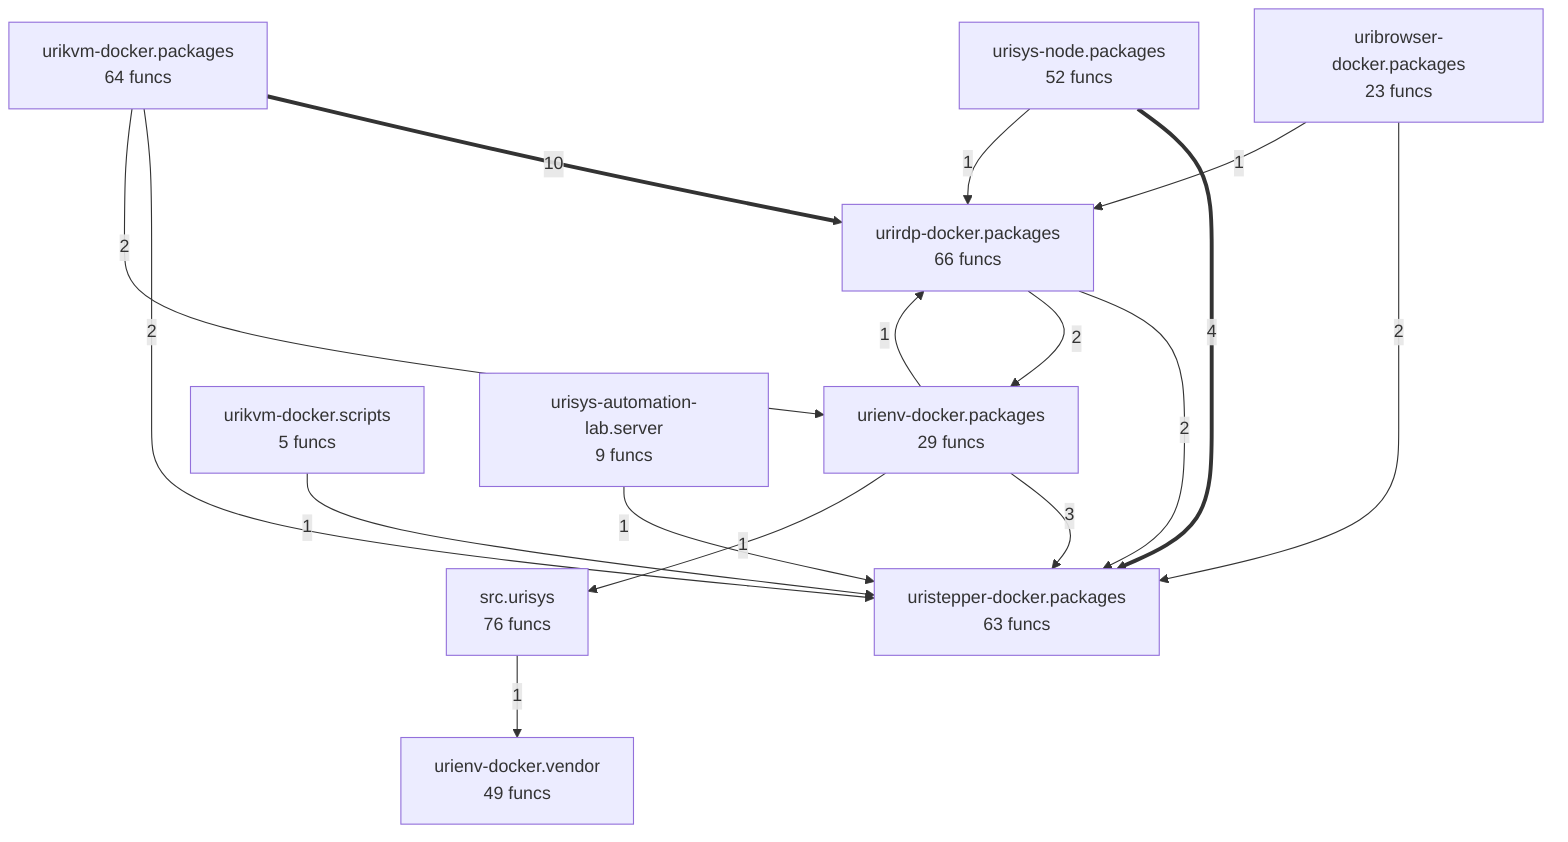
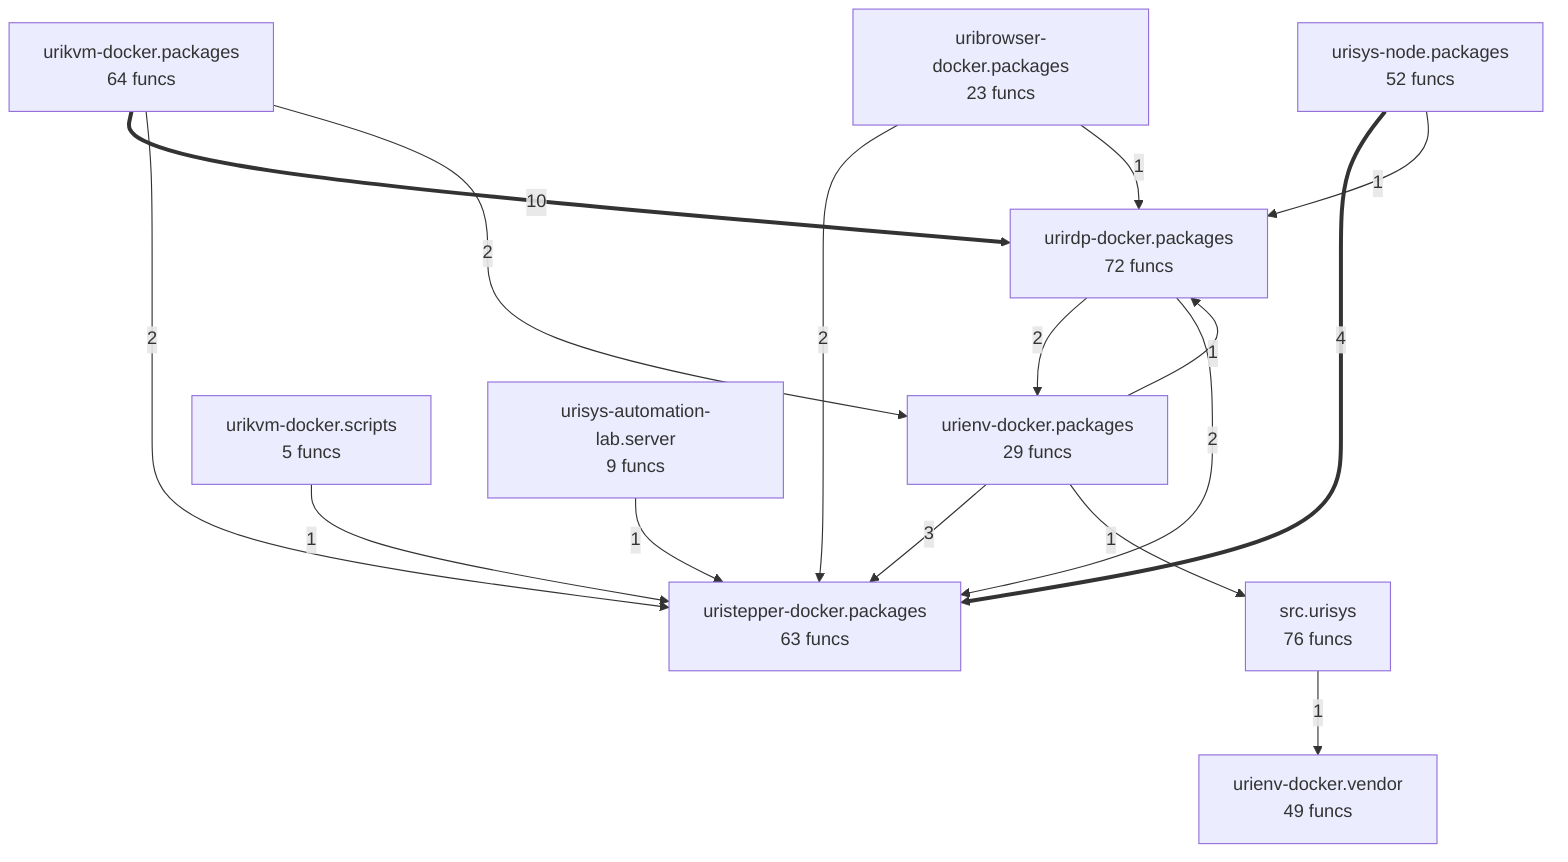
flowchart TD
%% generated in 0.01s
    src__urisys["src.urisys<br/>76 funcs"]
    uribrowser_docker__packages["uribrowser-docker.packages<br/>23 funcs"]
    urienv_docker__packages["urienv-docker.packages<br/>29 funcs"]
    urienv_docker__vendor["urienv-docker.vendor<br/>49 funcs"]
    urikvm_docker__packages["urikvm-docker.packages<br/>64 funcs"]
    urikvm_docker__scripts["urikvm-docker.scripts<br/>5 funcs"]
-     urirdp_docker__packages["urirdp-docker.packages<br/>66 funcs"]
+     urirdp_docker__packages["urirdp-docker.packages<br/>72 funcs"]
    uristepper_docker__packages["uristepper-docker.packages<br/>63 funcs"]
    urisys_automation_lab__server["urisys-automation-lab.server<br/>9 funcs"]
    urisys_node__packages["urisys-node.packages<br/>52 funcs"]
    urikvm_docker__packages ==>|10| urirdp_docker__packages
    urisys_node__packages ==>|4| uristepper_docker__packages
    urienv_docker__packages -->|3| uristepper_docker__packages
-     urirdp_docker__packages -->|2| uristepper_docker__packages
    urirdp_docker__packages -->|2| urienv_docker__packages
    uribrowser_docker__packages -->|2| uristepper_docker__packages
    urikvm_docker__packages -->|2| uristepper_docker__packages
    urikvm_docker__packages -->|2| urienv_docker__packages
+     urirdp_docker__packages -->|2| uristepper_docker__packages
    src__urisys -->|1| urienv_docker__vendor
    uribrowser_docker__packages -->|1| urirdp_docker__packages
    urikvm_docker__scripts -->|1| uristepper_docker__packages
+     urisys_automation_lab__server -->|1| uristepper_docker__packages
    urienv_docker__packages -->|1| src__urisys
    urienv_docker__packages -->|1| urirdp_docker__packages
    urisys_node__packages -->|1| urirdp_docker__packages
-     urisys_automation_lab__server -->|1| uristepper_docker__packages
